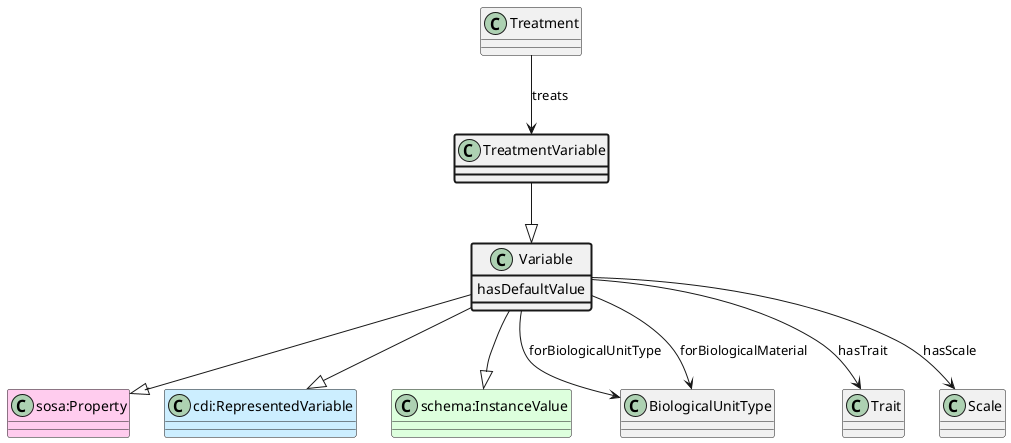
Before: ttl_uml/ttl_appn_TreatmentVariable.png, a diagram exported from PlantUML (aus-plant-phenomics-network/appn-schema).
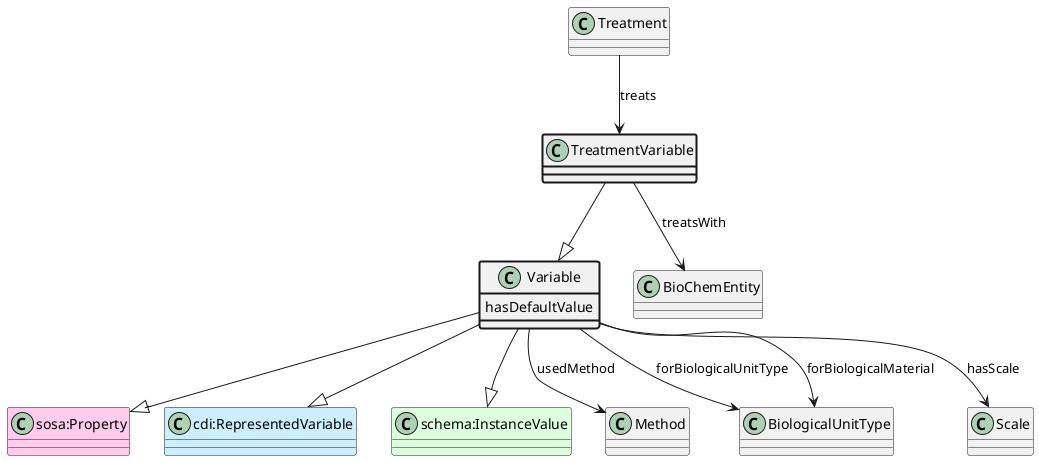
Later version of the same file.

What changed in the source:
```diff
@@ -10,15 +10,17 @@
 TreatmentVariable --|> Variable
 class Treatment
 Treatment --> TreatmentVariable : treats
+class BioChemEntity
+TreatmentVariable --> BioChemEntity : treatsWith
 class Variable #line.bold {
     hasDefaultValue
 }
+class Method
+Variable --> Method : usedMethod
 class BiologicalUnitType
 Variable --> BiologicalUnitType : forBiologicalUnitType
 class BiologicalUnitType
 Variable --> BiologicalUnitType : forBiologicalMaterial
-class Trait
-Variable --> Trait : hasTrait
 class Scale
 Variable --> Scale : hasScale
 @enduml
```
